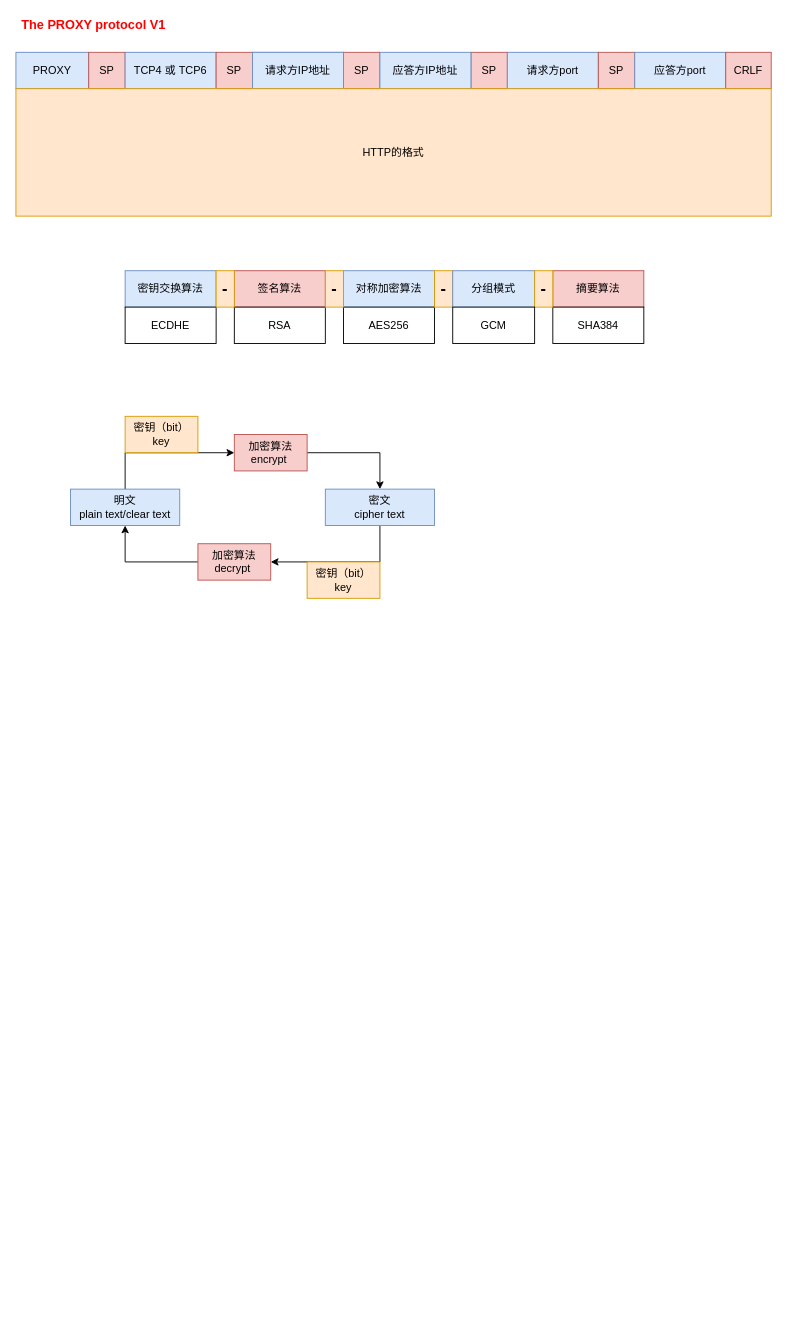
moonlightop/Blog keeps this draw.io diagram as HTTp.drawio. Above is the earlier version. Source tidied: cells renumbered, new cells numbered last; positions are measured from the earlier drawing's top-left corner, leaving out a move shared by most shapes. Both pictures are drawn from the tidied source at 91%, with x=0, y=0 at pixel (15, 15).
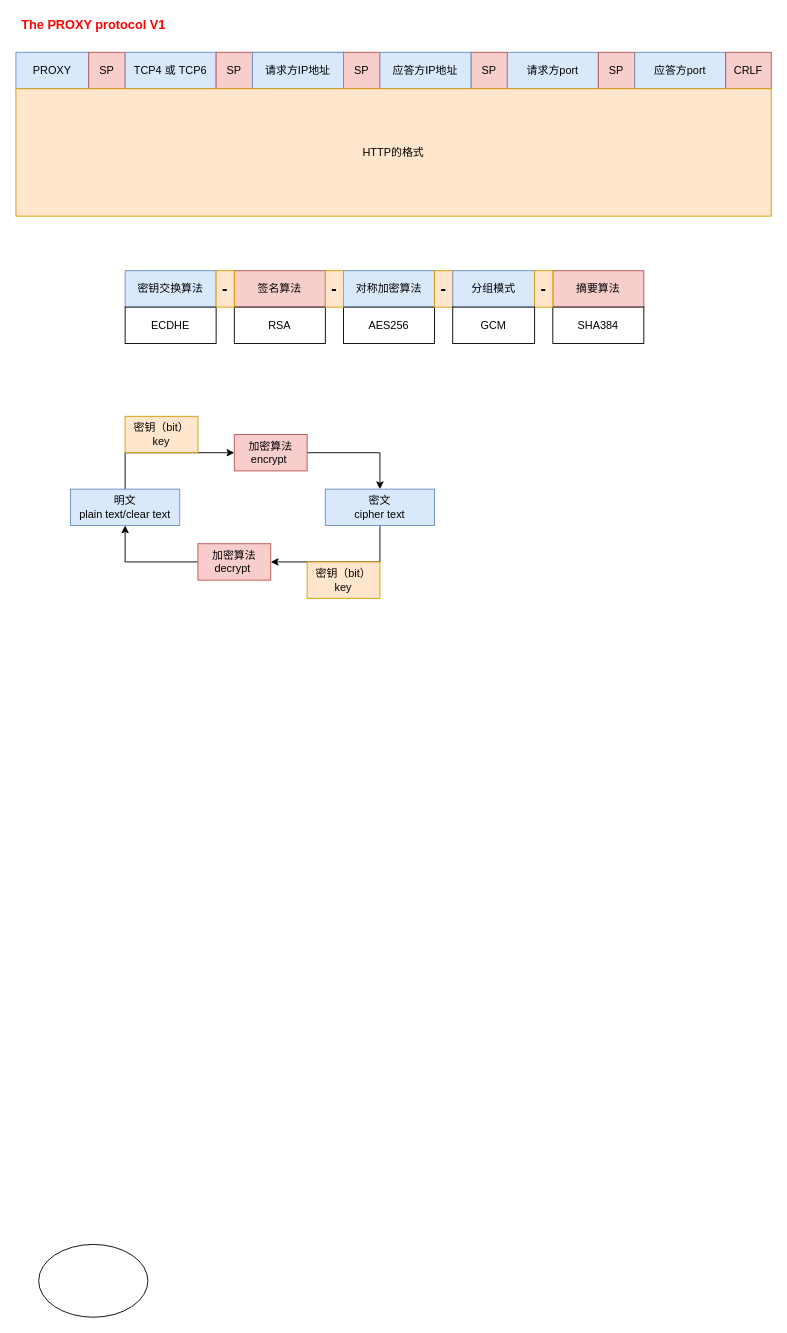
The same page after the edit.

The edit, as a diff of the source:
```diff
@@
+    <mxCell id="41" style="ellipse;whiteSpace=wrap;html=1;" parent="1" vertex="1">
+      <mxGeometry x="25" y="1350" width="120" height="80" as="geometry" />
+    </mxCell>
```
